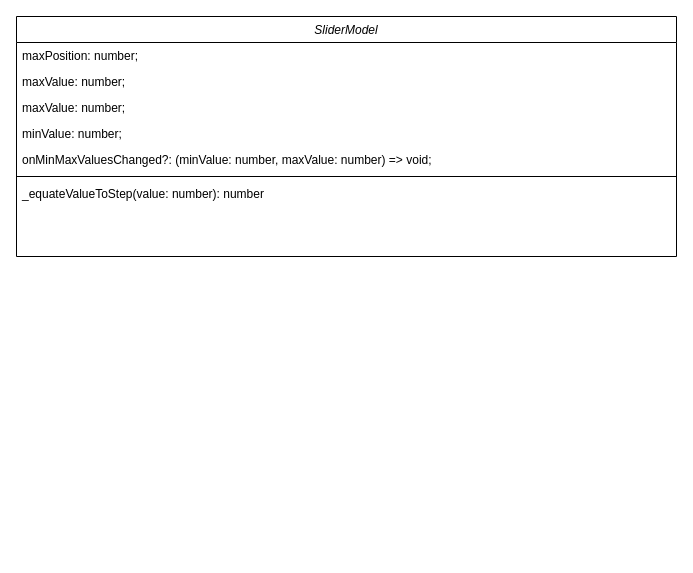
Earlier version of the draw.io diagram src/Uml.drawio (ZinMari/jq-range-slider). Source tidied: cells renumbered, new cells numbered last; positions are measured from the earlier drawing's top-left corner, leaving out a move shared by most shapes. Both pictures are drawn from the tidied source at 100%, with x=0, y=0 at pixel (16, 16).
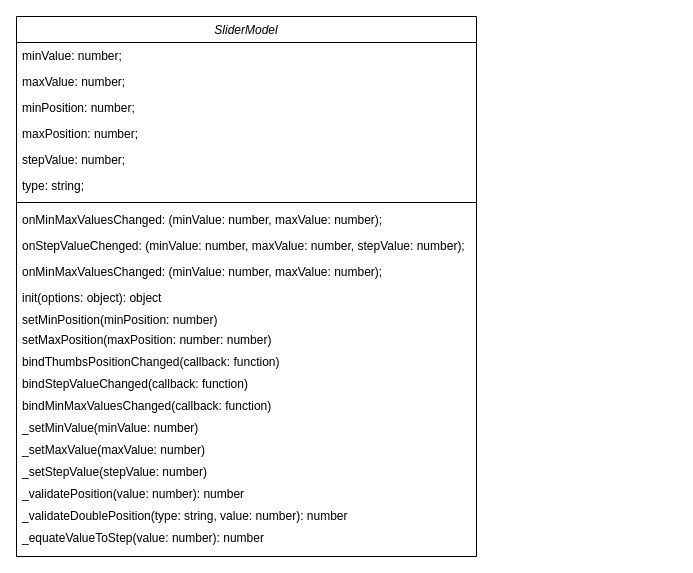
After the change.

Commit message:
feat: upgrade sliderModel class in uml

What changed in the source:
```diff
@@
     <mxCell id="2" value="SliderModel" style="swimlane;fontStyle=2;align=center;verticalAlign=top;horizontal=1;startSize=26;rounded=0;shadow=0;strokeWidth=1;" parent="1" vertex="1">
-      <mxGeometry width="660" height="240" as="geometry" />
+      <mxGeometry width="460" height="540" as="geometry" />
     </mxCell>
+    <mxCell id="6" value="minValue: number;" style="text;align=left;verticalAlign=top;spacingLeft=4;spacingRight=4;overflow=hidden;rounded=0;shadow=0;html=0;" parent="2" vertex="1">
+      <mxGeometry y="26" width="460" height="26" as="geometry" />
+    </mxCell>
+    <mxCell id="4" value="maxValue: number;" style="text;align=left;verticalAlign=top;spacingLeft=4;spacingRight=4;overflow=hidden;rounded=0;shadow=0;html=0;" parent="2" vertex="1">
+      <mxGeometry y="52" width="460" height="26" as="geometry" />
+    </mxCell>
-    <mxCell id="3" value="maxPosition: number;" style="text;align=left;verticalAlign=top;spacingLeft=4;spacingRight=4;overflow=hidden;" parent="2" vertex="1">
-      <mxGeometry y="26" width="660" height="26" as="geometry" />
+    <mxCell id="3" value="minPosition: number;" style="text;align=left;verticalAlign=top;spacingLeft=4;spacingRight=4;overflow=hidden;" parent="2" vertex="1">
+      <mxGeometry y="78" width="460" height="26" as="geometry" />
     </mxCell>
-    <mxCell id="4" value="maxValue: number;" style="text;align=left;verticalAlign=top;spacingLeft=4;spacingRight=4;overflow=hidden;rounded=0;shadow=0;html=0;" parent="2" vertex="1">
-      <mxGeometry y="52" width="660" height="26" as="geometry" />
-    </mxCell>
+    <mxCell id="10" value="maxPosition: number;" style="text;align=left;verticalAlign=top;spacingLeft=4;spacingRight=4;overflow=hidden;" parent="2" vertex="1">
+      <mxGeometry y="104" width="460" height="26" as="geometry" />
+    </mxCell>
-    <mxCell id="5" value="maxValue: number;" style="text;align=left;verticalAlign=top;spacingLeft=4;spacingRight=4;overflow=hidden;rounded=0;shadow=0;html=0;" parent="2" vertex="1">
-      <mxGeometry y="78" width="660" height="26" as="geometry" />
+    <mxCell id="5" value="stepValue: number;" style="text;align=left;verticalAlign=top;spacingLeft=4;spacingRight=4;overflow=hidden;rounded=0;shadow=0;html=0;" parent="2" vertex="1">
+      <mxGeometry y="130" width="460" height="26" as="geometry" />
     </mxCell>
-    <mxCell id="6" value="minValue: number;" style="text;align=left;verticalAlign=top;spacingLeft=4;spacingRight=4;overflow=hidden;rounded=0;shadow=0;html=0;" parent="2" vertex="1">
-      <mxGeometry y="104" width="660" height="26" as="geometry" />
-    </mxCell>
+    <mxCell id="11" value="type: string;" style="text;align=left;verticalAlign=top;spacingLeft=4;spacingRight=4;overflow=hidden;rounded=0;shadow=0;html=0;" parent="2" vertex="1">
+      <mxGeometry y="156" width="460" height="26" as="geometry" />
+    </mxCell>
+    <mxCell id="8" style="line;html=1;strokeWidth=1;align=left;verticalAlign=middle;spacingTop=-1;spacingLeft=3;spacingRight=3;labelPosition=right;" parent="2" vertex="1">
+      <mxGeometry y="182" width="460" height="8" as="geometry" />
+    </mxCell>
-    <mxCell id="7" value="onMinMaxValuesChanged?: (minValue: number, maxValue: number) =&gt; void;" style="text;align=left;verticalAlign=top;spacingLeft=4;spacingRight=4;overflow=hidden;rounded=0;shadow=0;html=0;" parent="2" vertex="1">
-      <mxGeometry y="130" width="660" height="26" as="geometry" />
+    <mxCell id="7" value="onMinMaxValuesChanged: (minValue: number, maxValue: number);" style="text;align=left;verticalAlign=top;spacingLeft=4;spacingRight=4;overflow=hidden;rounded=0;shadow=0;html=0;" parent="2" vertex="1">
+      <mxGeometry y="190" width="460" height="26" as="geometry" />
     </mxCell>
-    <mxCell id="8" style="line;html=1;strokeWidth=1;align=left;verticalAlign=middle;spacingTop=-1;spacingLeft=3;spacingRight=3;labelPosition=right;" parent="2" vertex="1">
-      <mxGeometry y="156" width="660" height="8" as="geometry" />
-    </mxCell>
+    <mxCell id="12" value="onStepValueChenged: (minValue: number, maxValue: number, stepValue: number);" style="text;align=left;verticalAlign=top;spacingLeft=4;spacingRight=4;overflow=hidden;rounded=0;shadow=0;html=0;" parent="2" vertex="1">
+      <mxGeometry y="216" width="460" height="26" as="geometry" />
+    </mxCell>
+    <mxCell id="13" value="onMinMaxValuesChanged: (minValue: number, maxValue: number);" style="text;align=left;verticalAlign=top;spacingLeft=4;spacingRight=4;overflow=hidden;rounded=0;shadow=0;html=0;" parent="2" vertex="1">
+      <mxGeometry y="242" width="460" height="26" as="geometry" />
+    </mxCell>
-    <mxCell id="9" value="_equateValueToStep(value: number): number" style="text;align=left;verticalAlign=top;spacingLeft=4;spacingRight=4;overflow=hidden;" parent="2" vertex="1">
-      <mxGeometry y="164" width="660" height="76" as="geometry" />
+    <mxCell id="9" value="init(options: object): object" style="text;align=left;verticalAlign=top;spacingLeft=4;spacingRight=4;overflow=hidden;" parent="2" vertex="1">
+      <mxGeometry y="268" width="460" height="22" as="geometry" />
     </mxCell>
+    <mxCell id="14" value="setMinPosition(minPosition: number)" style="text;align=left;verticalAlign=top;spacingLeft=4;spacingRight=4;overflow=hidden;" parent="2" vertex="1">
+      <mxGeometry y="290" width="460" height="20" as="geometry" />
+    </mxCell>
+    <mxCell id="15" value="setMaxPosition(maxPosition: number: number)" style="text;align=left;verticalAlign=top;spacingLeft=4;spacingRight=4;overflow=hidden;" parent="2" vertex="1">
+      <mxGeometry y="310" width="460" height="22" as="geometry" />
+    </mxCell>
+    <mxCell id="16" value="bindThumbsPositionChanged(callback: function)" style="text;align=left;verticalAlign=top;spacingLeft=4;spacingRight=4;overflow=hidden;" parent="2" vertex="1">
+      <mxGeometry y="332" width="460" height="22" as="geometry" />
+    </mxCell>
+    <mxCell id="17" value="bindStepValueChanged(callback: function)" style="text;align=left;verticalAlign=top;spacingLeft=4;spacingRight=4;overflow=hidden;" parent="2" vertex="1">
+      <mxGeometry y="354" width="460" height="22" as="geometry" />
+    </mxCell>
+    <mxCell id="18" value="bindMinMaxValuesChanged(callback: function)" style="text;align=left;verticalAlign=top;spacingLeft=4;spacingRight=4;overflow=hidden;" parent="2" vertex="1">
+      <mxGeometry y="376" width="460" height="22" as="geometry" />
+    </mxCell>
+    <mxCell id="19" value="_setMinValue(minValue: number)" style="text;align=left;verticalAlign=top;spacingLeft=4;spacingRight=4;overflow=hidden;" parent="2" vertex="1">
+      <mxGeometry y="398" width="460" height="22" as="geometry" />
+    </mxCell>
+    <mxCell id="20" value="_setMaxValue(maxValue: number)" style="text;align=left;verticalAlign=top;spacingLeft=4;spacingRight=4;overflow=hidden;" parent="2" vertex="1">
+      <mxGeometry y="420" width="460" height="22" as="geometry" />
+    </mxCell>
+    <mxCell id="21" value="_setStepValue(stepValue: number)" style="text;align=left;verticalAlign=top;spacingLeft=4;spacingRight=4;overflow=hidden;" parent="2" vertex="1">
+      <mxGeometry y="442" width="460" height="22" as="geometry" />
+    </mxCell>
+    <mxCell id="22" value="_validatePosition(value: number): number" style="text;align=left;verticalAlign=top;spacingLeft=4;spacingRight=4;overflow=hidden;" parent="2" vertex="1">
+      <mxGeometry y="464" width="460" height="22" as="geometry" />
+    </mxCell>
+    <mxCell id="23" value="_validateDoublePosition(type: string, value: number): number" style="text;align=left;verticalAlign=top;spacingLeft=4;spacingRight=4;overflow=hidden;" parent="2" vertex="1">
+      <mxGeometry y="486" width="460" height="22" as="geometry" />
+    </mxCell>
+    <mxCell id="24" value="_equateValueToStep(value: number): number" style="text;align=left;verticalAlign=top;spacingLeft=4;spacingRight=4;overflow=hidden;" parent="2" vertex="1">
+      <mxGeometry y="508" width="460" height="32" as="geometry" />
+    </mxCell>
```
